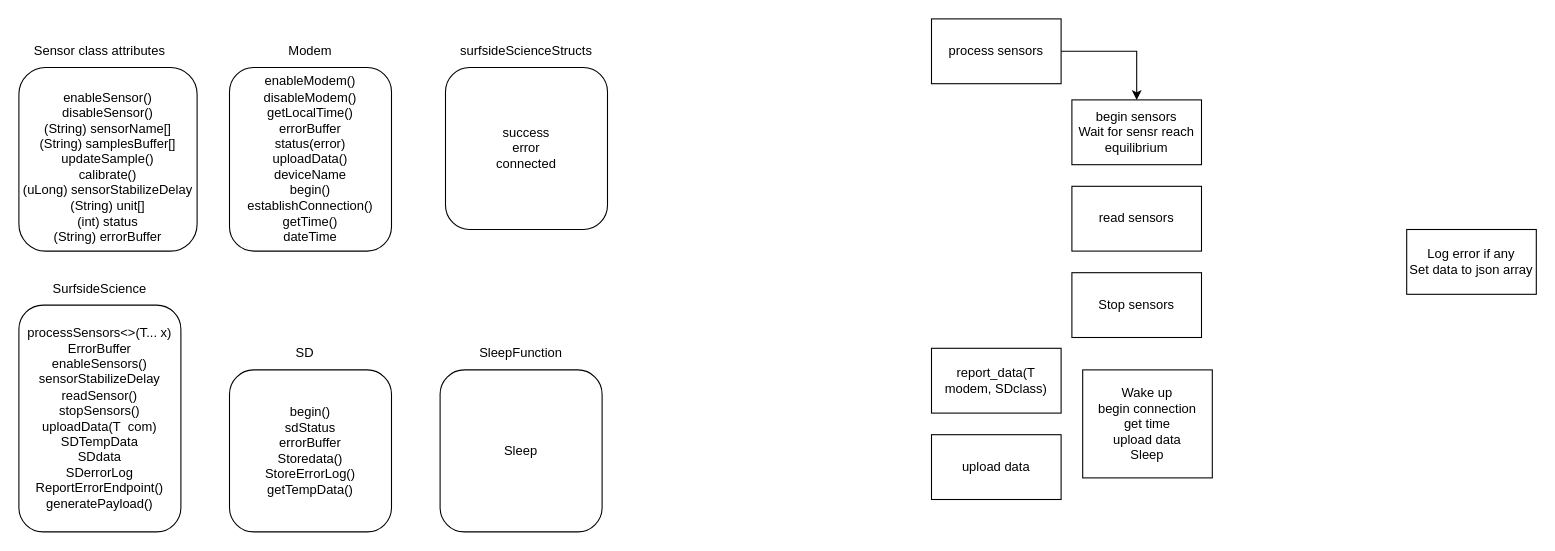
Above: page "template approach" (8 of 8) of docs/Software architecture.drawio in brenchies/SurfsideSensors (draw.io), before the change. Source tidied: cells renumbered, new cells numbered last; positions are measured from the earlier drawing's top-left corner, leaving out a move shared by most shapes. Both pictures are drawn from the tidied source at 108%, with x=0, y=0 at pixel (18, 18).
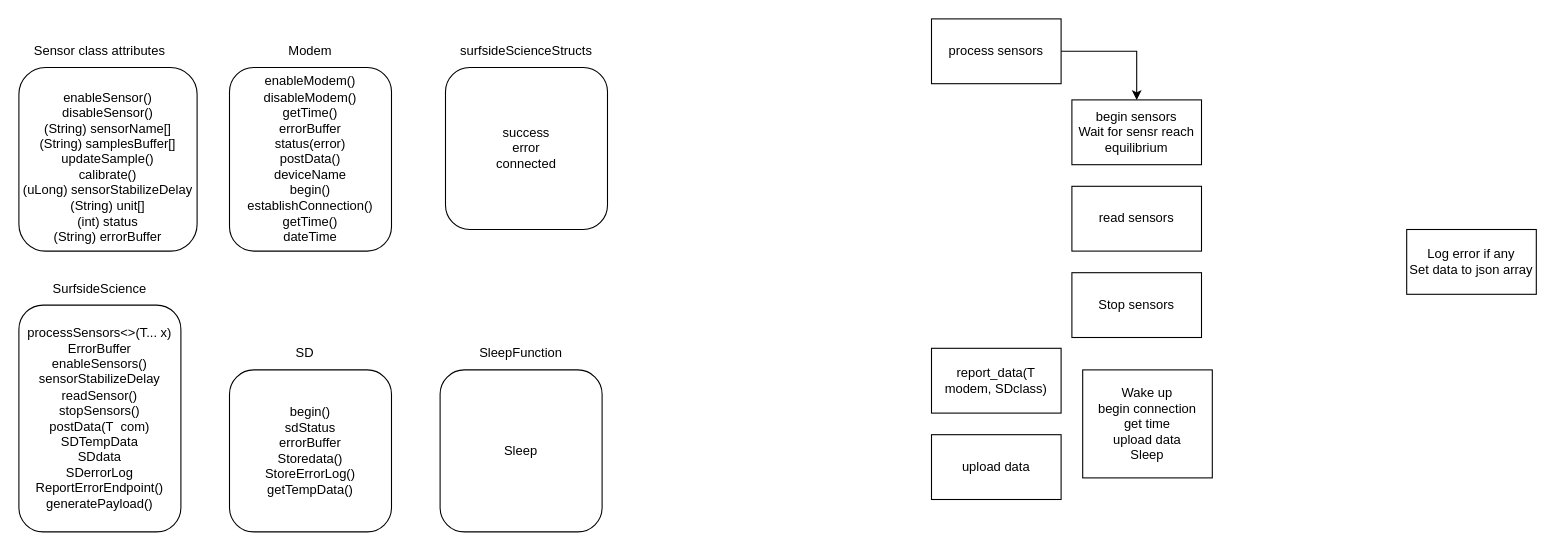
The same page after the edit.

Change to the diagram source:
```diff
@@
-    <mxCell id="13" value="processSensors&amp;lt;&amp;gt;(T... x)&lt;br&gt;ErrorBuffer&lt;br&gt;enableSensors()&lt;br&gt;sensorStabilizeDelay&lt;br&gt;readSensor()&lt;br&gt;stopSensors()&lt;br&gt;uploadData(T&amp;nbsp; com)&lt;br&gt;SDTempData&lt;br&gt;SDdata&lt;br&gt;SDerrorLog&lt;br&gt;ReportErrorEndpoint()&lt;br&gt;generatePayload()" style="rounded=1;whiteSpace=wrap;html=1;" parent="1" vertex="1">
+    <mxCell id="13" value="processSensors&amp;lt;&amp;gt;(T... x)&lt;br&gt;ErrorBuffer&lt;br&gt;enableSensors()&lt;br&gt;sensorStabilizeDelay&lt;br&gt;readSensor()&lt;br&gt;stopSensors()&lt;br&gt;postData(T&amp;nbsp; com)&lt;br&gt;SDTempData&lt;br&gt;SDdata&lt;br&gt;SDerrorLog&lt;br&gt;ReportErrorEndpoint()&lt;br&gt;generatePayload()" style="rounded=1;whiteSpace=wrap;html=1;" parent="1" vertex="1">
       <mxGeometry y="265" width="150" height="210" as="geometry" />
     </mxCell>
@@
-    <mxCell id="15" value="enableModem()&lt;br&gt;disableModem()&lt;br&gt;getLocalTime()&lt;br&gt;errorBuffer&lt;br&gt;status(error)&lt;br&gt;uploadData()&lt;br&gt;deviceName&lt;br&gt;begin()&lt;br&gt;establishConnection()&lt;br&gt;getTime()&lt;br&gt;dateTime" style="rounded=1;whiteSpace=wrap;html=1;" parent="1" vertex="1">
+    <mxCell id="15" value="enableModem()&lt;br&gt;disableModem()&lt;br&gt;getTime()&lt;br&gt;errorBuffer&lt;br&gt;status(error)&lt;br&gt;postData()&lt;br&gt;deviceName&lt;br&gt;begin()&lt;br&gt;establishConnection()&lt;br&gt;getTime()&lt;br&gt;dateTime" style="rounded=1;whiteSpace=wrap;html=1;" parent="1" vertex="1">
       <mxGeometry x="195" y="45" width="150" height="170" as="geometry" />
     </mxCell>
```
